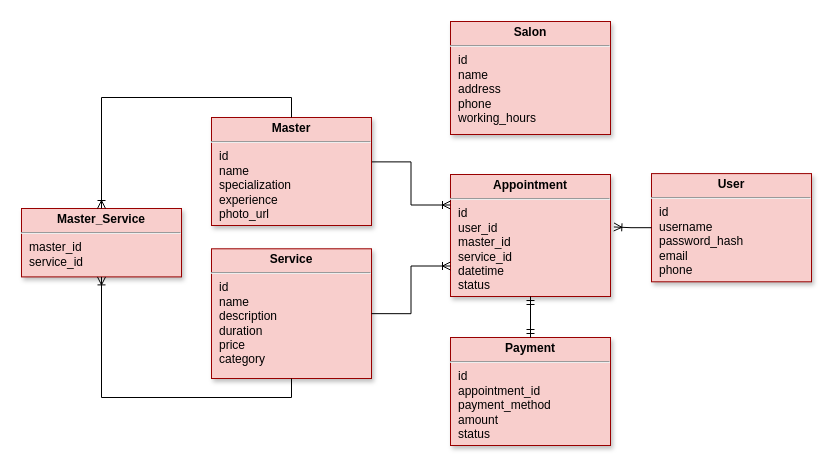
victoriagaidarji/beauty-salon keeps this draw.io diagram as Салона_красоты-таблицы.drawio. Above is the earlier version. Source tidied: cells renumbered, new cells numbered last; positions are measured from the earlier drawing's top-left corner, leaving out a move shared by most shapes. Both pictures are drawn from the tidied source at 100%, with x=0, y=0 at pixel (21, 21).
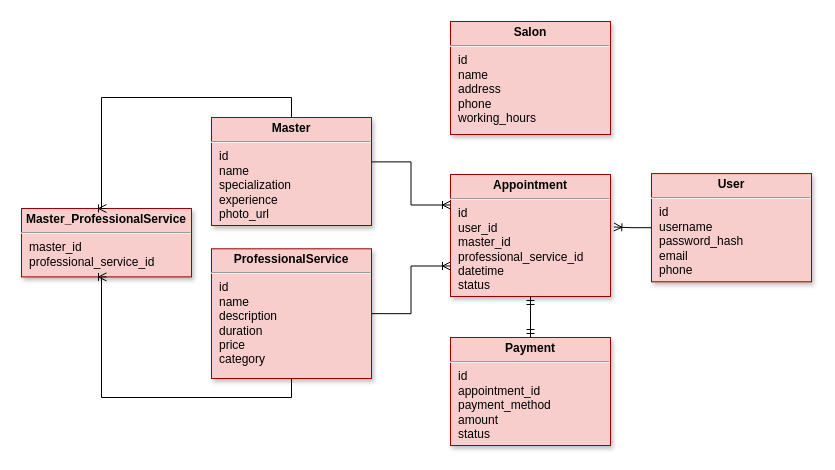
After the change.

The edit, as a diff of the source:
```diff
@@
 <mxGraphModel>
   <root>
     <mxCell id="0" />
     <mxCell id="1" parent="0" />
-    <mxCell id="2" value="&lt;p style=&quot;margin: 4px 0px 0px; text-align: center;&quot;&gt;&lt;b&gt;&lt;span&gt;Appointment&lt;/span&gt;&lt;/b&gt;&lt;/p&gt;&lt;hr&gt;&lt;p style=&quot;margin: 0px; margin-left: 8px;&quot;&gt;id&lt;/p&gt;&lt;p style=&quot;margin: 0px; margin-left: 8px;&quot;&gt;user_id&lt;/p&gt;&lt;p style=&quot;margin: 0px; margin-left: 8px;&quot;&gt;master_id&lt;/p&gt;&lt;p style=&quot;margin: 0px; margin-left: 8px;&quot;&gt;service_id&lt;/p&gt;&lt;p style=&quot;margin: 0px; margin-left: 8px;&quot;&gt;datetime&lt;/p&gt;&lt;p style=&quot;margin: 0px; margin-left: 8px;&quot;&gt;status&lt;/p&gt;" style="verticalAlign=top;align=left;overflow=fill;fontSize=12;fontFamily=Helvetica;html=1;strokeColor=#990000;shadow=1;fillColor=#f8cecc;fontStyle=0;" parent="1" vertex="1">
+    <mxCell id="2" value="&lt;p style=&quot;margin: 4px 0px 0px; text-align: center;&quot;&gt;&lt;b&gt;&lt;span&gt;Appointment&lt;/span&gt;&lt;/b&gt;&lt;/p&gt;&lt;hr&gt;&lt;p style=&quot;margin: 0px; margin-left: 8px;&quot;&gt;id&lt;/p&gt;&lt;p style=&quot;margin: 0px; margin-left: 8px;&quot;&gt;user_id&lt;/p&gt;&lt;p style=&quot;margin: 0px; margin-left: 8px;&quot;&gt;master_id&lt;/p&gt;&lt;p style=&quot;margin: 0px; margin-left: 8px;&quot;&gt;professional_service_id&lt;/p&gt;&lt;p style=&quot;margin: 0px; margin-left: 8px;&quot;&gt;datetime&lt;/p&gt;&lt;p style=&quot;margin: 0px; margin-left: 8px;&quot;&gt;status&lt;/p&gt;" style="verticalAlign=top;align=left;overflow=fill;fontSize=12;fontFamily=Helvetica;html=1;strokeColor=#990000;shadow=1;fillColor=#f8cecc;fontStyle=0;" parent="1" vertex="1">
       <mxGeometry x="429" y="153" width="160" height="122" as="geometry" />
     </mxCell>
     <mxCell id="3" value="&lt;p style=&quot;margin: 4px 0px 0px; text-align: center;&quot;&gt;&lt;b&gt;&lt;span&gt;Master&lt;/span&gt;&lt;/b&gt;&lt;/p&gt;&lt;hr&gt;&lt;p style=&quot;margin: 0px 0px 0px 8px;&quot;&gt;id&lt;/p&gt;&lt;p style=&quot;margin: 0px 0px 0px 8px;&quot;&gt;name&lt;/p&gt;&lt;p style=&quot;margin: 0px; margin-left: 8px;&quot;&gt;specialization&lt;/p&gt;&lt;p style=&quot;margin: 0px; margin-left: 8px;&quot;&gt;experience&lt;/p&gt;&lt;p style=&quot;margin: 0px; margin-left: 8px;&quot;&gt;photo_url&lt;/p&gt;" style="verticalAlign=top;align=left;overflow=fill;fontSize=12;fontFamily=Helvetica;html=1;strokeColor=#990000;shadow=1;fillColor=#f8cecc;fontStyle=0;" parent="1" vertex="1">
       <mxGeometry x="190" y="96" width="160" height="108" as="geometry" />
     </mxCell>
-    <mxCell id="4" value="&lt;p style=&quot;margin: 4px 0px 0px; text-align: center;&quot;&gt;&lt;b&gt;&lt;span&gt;Service&lt;/span&gt;&lt;/b&gt;&lt;/p&gt;&lt;hr&gt;&lt;p style=&quot;margin: 0px; margin-left: 8px;&quot;&gt;id&lt;/p&gt;&lt;p style=&quot;margin: 0px; margin-left: 8px;&quot;&gt;name&lt;/p&gt;&lt;p style=&quot;margin: 0px; margin-left: 8px;&quot;&gt;description&lt;/p&gt;&lt;p style=&quot;margin: 0px; margin-left: 8px;&quot;&gt;duration&lt;/p&gt;&lt;p style=&quot;margin: 0px; margin-left: 8px;&quot;&gt;price&lt;/p&gt;&lt;p style=&quot;margin: 0px; margin-left: 8px;&quot;&gt;category&lt;/p&gt;&lt;p style=&quot;margin: 0px; margin-left: 8px;&quot;&gt;&lt;br&gt;&lt;/p&gt;" style="verticalAlign=top;align=left;overflow=fill;fontSize=12;fontFamily=Helvetica;html=1;strokeColor=#990000;shadow=1;fillColor=#f8cecc;fontStyle=0;" parent="1" vertex="1">
+    <mxCell id="4" value="&lt;p style=&quot;margin: 4px 0px 0px; text-align: center;&quot;&gt;&lt;b&gt;&lt;span&gt;ProfessionalService&lt;/span&gt;&lt;/b&gt;&lt;/p&gt;&lt;hr&gt;&lt;p style=&quot;margin: 0px; margin-left: 8px;&quot;&gt;id&lt;/p&gt;&lt;p style=&quot;margin: 0px; margin-left: 8px;&quot;&gt;name&lt;/p&gt;&lt;p style=&quot;margin: 0px; margin-left: 8px;&quot;&gt;description&lt;/p&gt;&lt;p style=&quot;margin: 0px; margin-left: 8px;&quot;&gt;duration&lt;/p&gt;&lt;p style=&quot;margin: 0px; margin-left: 8px;&quot;&gt;price&lt;/p&gt;&lt;p style=&quot;margin: 0px; margin-left: 8px;&quot;&gt;category&lt;/p&gt;&lt;p style=&quot;margin: 0px; margin-left: 8px;&quot;&gt;&lt;br&gt;&lt;/p&gt;" style="verticalAlign=top;align=left;overflow=fill;fontSize=12;fontFamily=Helvetica;html=1;strokeColor=#990000;shadow=1;fillColor=#f8cecc;fontStyle=0;" parent="1" vertex="1">
       <mxGeometry x="190" y="227.3" width="160" height="129.7" as="geometry" />
     </mxCell>
-    <mxCell id="5" value="&lt;p style=&quot;margin: 4px 0px 0px; text-align: center;&quot;&gt;&lt;b&gt;Master_Service&lt;/b&gt;&lt;/p&gt;&lt;hr&gt;&lt;p style=&quot;margin: 0px; margin-left: 8px;&quot;&gt;master_id&lt;/p&gt;&lt;p style=&quot;margin: 0px; margin-left: 8px;&quot;&gt;service_id&lt;/p&gt;" style="verticalAlign=top;align=left;overflow=fill;fontSize=12;fontFamily=Helvetica;html=1;strokeColor=#990000;shadow=1;fillColor=#f8cecc;fontStyle=0;" parent="1" vertex="1">
-      <mxGeometry y="187" width="160" height="68.4" as="geometry" />
+    <mxCell id="5" value="&lt;p style=&quot;margin: 4px 0px 0px; text-align: center;&quot;&gt;&lt;b&gt;Master_ProfessionalService&lt;/b&gt;&lt;/p&gt;&lt;hr&gt;&lt;p style=&quot;margin: 0px; margin-left: 8px;&quot;&gt;master_id&lt;/p&gt;&lt;p style=&quot;margin: 0px; margin-left: 8px;&quot;&gt;professional_service_id&lt;/p&gt;" style="verticalAlign=top;align=left;overflow=fill;fontSize=12;fontFamily=Helvetica;html=1;strokeColor=#990000;shadow=1;fillColor=#f8cecc;fontStyle=0;" parent="1" vertex="1">
+      <mxGeometry y="187" width="170" height="68.4" as="geometry" />
     </mxCell>
     <mxCell id="6" value="&lt;p style=&quot;margin: 4px 0px 0px; text-align: center;&quot;&gt;&lt;b&gt;&lt;span&gt;User&lt;/span&gt;&lt;/b&gt;&lt;/p&gt;&lt;hr&gt;&lt;p style=&quot;margin: 0px; margin-left: 8px;&quot;&gt;id&lt;/p&gt;&lt;p style=&quot;margin: 0px; margin-left: 8px;&quot;&gt;username&lt;/p&gt;&lt;p style=&quot;margin: 0px; margin-left: 8px;&quot;&gt;password_hash&amp;nbsp;&lt;/p&gt;&lt;p style=&quot;margin: 0px; margin-left: 8px;&quot;&gt;email&lt;/p&gt;&lt;p style=&quot;margin: 0px; margin-left: 8px;&quot;&gt;phone&lt;/p&gt;&lt;p style=&quot;margin: 0px; margin-left: 8px;&quot;&gt;&lt;br&gt;&lt;/p&gt;" style="verticalAlign=top;align=left;overflow=fill;fontSize=12;fontFamily=Helvetica;html=1;strokeColor=#990000;shadow=1;fillColor=#f8cecc;fontStyle=0;" parent="1" vertex="1">
       <mxGeometry x="630" y="152.1" width="160" height="108.2" as="geometry" />
     </mxCell>
     <mxCell id="7" value="&lt;p style=&quot;margin: 4px 0px 0px; text-align: center;&quot;&gt;&lt;b&gt;Salon&lt;/b&gt;&lt;/p&gt;&lt;hr&gt;&lt;p style=&quot;margin: 0px; margin-left: 8px;&quot;&gt;id&lt;/p&gt;&lt;p style=&quot;margin: 0px; margin-left: 8px;&quot;&gt;name&lt;/p&gt;&lt;p style=&quot;margin: 0px; margin-left: 8px;&quot;&gt;address&lt;/p&gt;&lt;p style=&quot;margin: 0px; margin-left: 8px;&quot;&gt;phone&lt;/p&gt;&lt;p style=&quot;margin: 0px; margin-left: 8px;&quot;&gt;working_hours&lt;/p&gt;&lt;p style=&quot;margin: 0px; margin-left: 8px;&quot;&gt;&lt;br&gt;&lt;/p&gt;" style="verticalAlign=top;align=left;overflow=fill;fontSize=12;fontFamily=Helvetica;html=1;strokeColor=#990000;shadow=1;fillColor=#f8cecc;fontStyle=0;" parent="1" vertex="1">
       <mxGeometry x="429" width="160" height="113" as="geometry" />
     </mxCell>
     <mxCell id="8" value="&lt;p style=&quot;margin: 4px 0px 0px; text-align: center;&quot;&gt;&lt;b&gt;&lt;span&gt;Payment&lt;/span&gt;&lt;/b&gt;&lt;/p&gt;&lt;hr&gt;&lt;p style=&quot;margin: 0px 0px 0px 8px;&quot;&gt;id&lt;/p&gt;&lt;p style=&quot;margin: 0px 0px 0px 8px;&quot;&gt;appointment_id&lt;/p&gt;&lt;p style=&quot;margin: 0px; margin-left: 8px;&quot;&gt;payment_method&lt;/p&gt;&lt;p style=&quot;margin: 0px; margin-left: 8px;&quot;&gt;amount&lt;/p&gt;&lt;p style=&quot;margin: 0px; margin-left: 8px;&quot;&gt;status&lt;/p&gt;" style="verticalAlign=top;align=left;overflow=fill;fontSize=12;fontFamily=Helvetica;html=1;strokeColor=#990000;shadow=1;fillColor=#f8cecc;fontStyle=0;" parent="1" vertex="1">
       <mxGeometry x="429" y="316" width="160" height="108" as="geometry" />
     </mxCell>
     <mxCell id="9" style="edgeStyle=orthogonalEdgeStyle;fontSize=12;html=1;endArrow=ERoneToMany;rounded=0;exitX=0;exitY=0.5;exitDx=0;exitDy=0;entryX=1.021;entryY=0.43;entryDx=0;entryDy=0;entryPerimeter=0;" parent="1" edge="1" source="6" target="2">
       <mxGeometry relative="1" as="geometry" />
     </mxCell>
     <mxCell id="10" style="edgeStyle=orthogonalEdgeStyle;fontSize=12;html=1;endArrow=ERoneToMany;rounded=0;exitX=1.003;exitY=0.411;exitDx=0;exitDy=0;entryX=0;entryY=0.25;entryDx=0;entryDy=0;exitPerimeter=0;" parent="1" edge="1" source="3" target="2">
       <mxGeometry relative="1" as="geometry" />
     </mxCell>
     <mxCell id="11" style="edgeStyle=orthogonalEdgeStyle;fontSize=12;html=1;endArrow=ERoneToMany;rounded=0;exitX=1;exitY=0.5;exitDx=0;exitDy=0;entryX=0;entryY=0.75;entryDx=0;entryDy=0;" parent="1" edge="1" source="4" target="2">
       <mxGeometry relative="1" as="geometry" />
     </mxCell>
     <mxCell id="12" style="edgeStyle=orthogonalEdgeStyle;fontSize=12;html=1;endArrow=ERmandOne;startArrow=ERmandOne;rounded=0;exitX=0.5;exitY=0;exitDx=0;exitDy=0;entryX=0.5;entryY=1;entryDx=0;entryDy=0;" parent="1" edge="1" source="8" target="2">
       <mxGeometry relative="1" as="geometry" />
     </mxCell>
     <mxCell id="13" style="edgeStyle=orthogonalEdgeStyle;fontSize=12;html=1;endArrow=ERoneToMany;rounded=0;exitX=0.5;exitY=0;exitDx=0;exitDy=0;entryX=0.5;entryY=0;entryDx=0;entryDy=0;" parent="1" edge="1" source="3" target="5">
       <mxGeometry relative="1" as="geometry">
         <Array as="points">
           <mxPoint x="270" y="76" />
           <mxPoint x="80" y="76" />
         </Array>
       </mxGeometry>
     </mxCell>
     <mxCell id="14" style="edgeStyle=orthogonalEdgeStyle;fontSize=12;html=1;endArrow=ERoneToMany;rounded=0;exitX=0.5;exitY=1;exitDx=0;exitDy=0;entryX=0.5;entryY=1;entryDx=0;entryDy=0;" parent="1" edge="1" source="4" target="5">
       <mxGeometry relative="1" as="geometry">
         <Array as="points">
           <mxPoint x="270" y="376" />
           <mxPoint x="80" y="376" />
         </Array>
       </mxGeometry>
     </mxCell>
   </root>
 </mxGraphModel>
```
